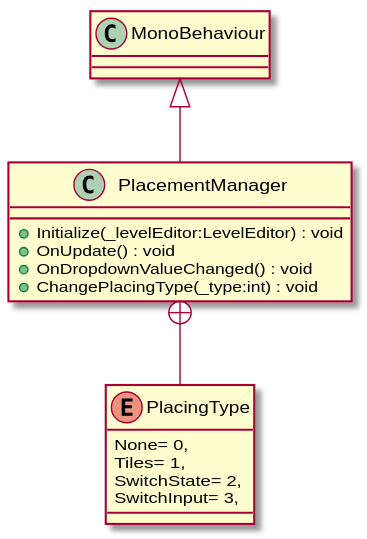
Before: UML/Loco_Loco_Editor/Assets/01_Scripts/PlacementManager.svg, a diagram exported from PlantUML (Zaephus/Prod_Tools).
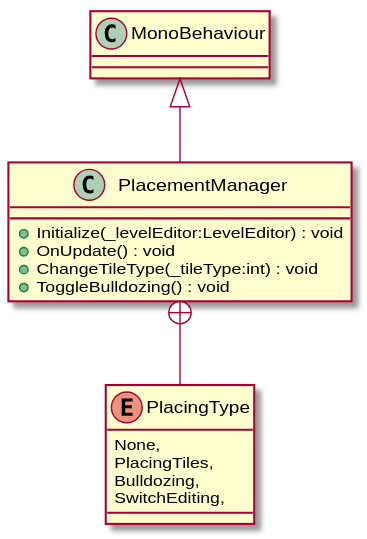
Above is the later version.

Change to the diagram source:
```diff
@@ -2,14 +2,14 @@
 class PlacementManager {
     + Initialize(_levelEditor:LevelEditor) : void
     + OnUpdate() : void
-    + OnDropdownValueChanged() : void
-    + ChangePlacingType(_type:int) : void
+    + ChangeTileType(_tileType:int) : void
+    + ToggleBulldozing() : void
 }
 enum PlacingType {
-    None= 0,
-    Tiles= 1,
-    SwitchState= 2,
-    SwitchInput= 3,
+    None,
+    PlacingTiles,
+    Bulldozing,
+    SwitchEditing,
 }
 MonoBehaviour <|-- PlacementManager
 PlacementManager +-- PlacingType
```
